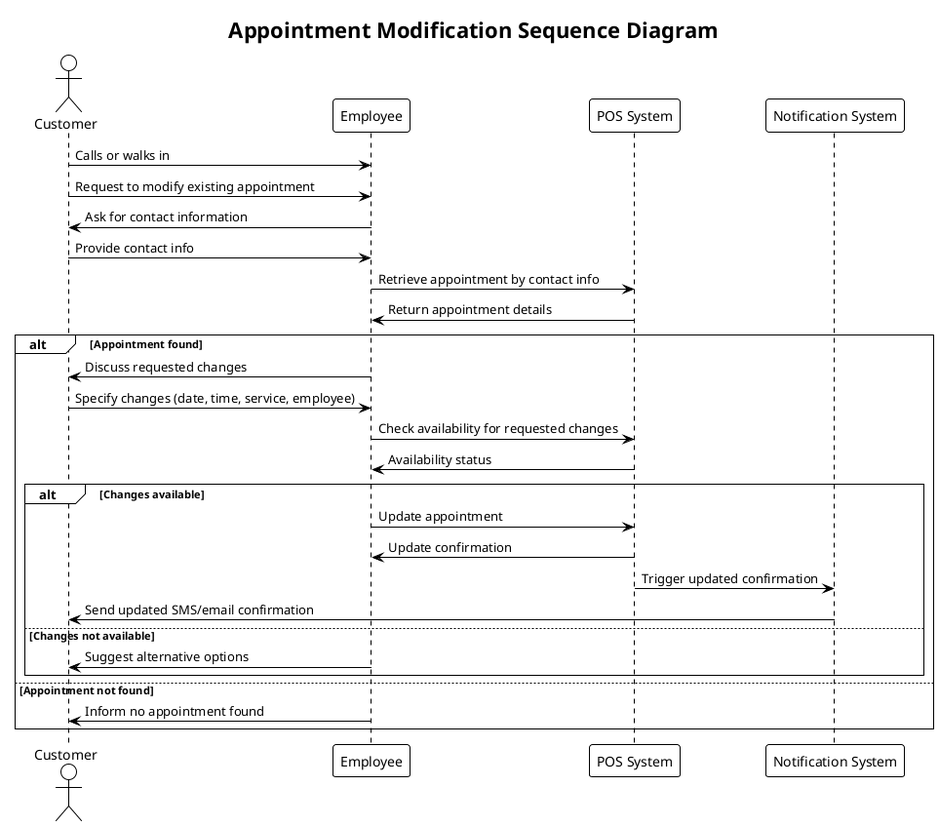
The PlantUML diagram docs/ps-design/design-document/images/diagrams/services/appointment_modification_sequence.png in user5427/ps-design, before a commit.
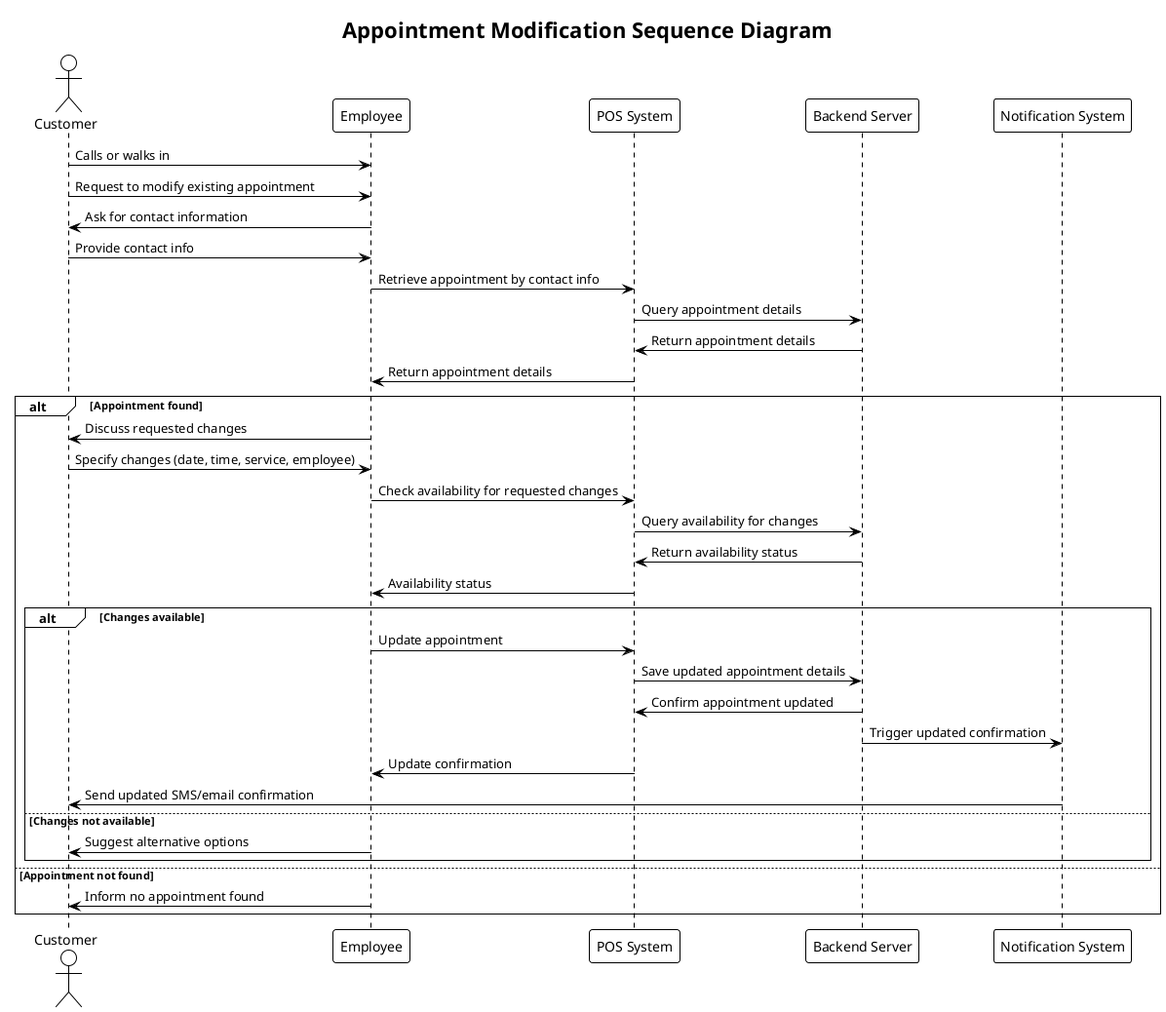
Later version of the same file.

What changed in the source:
```diff
@@ -5,6 +5,7 @@
 actor Customer
 participant Employee
 participant "POS System" as POS
+participant "Backend Server" as Backend
 participant "Notification System" as Notification
 
 Customer -> Employee: Calls or walks in
@@ -12,18 +13,24 @@
 Employee -> Customer: Ask for contact information
 Customer -> Employee: Provide contact info
 Employee -> POS: Retrieve appointment by contact info
+POS -> Backend: Query appointment details
+Backend -> POS: Return appointment details
 POS -> Employee: Return appointment details
 
 alt Appointment found
   Employee -> Customer: Discuss requested changes
   Customer -> Employee: Specify changes (date, time, service, employee)
   Employee -> POS: Check availability for requested changes
+  POS -> Backend: Query availability for changes
+  Backend -> POS: Return availability status
   POS -> Employee: Availability status
 
   alt Changes available
     Employee -> POS: Update appointment
+    POS -> Backend: Save updated appointment details
+    Backend -> POS: Confirm appointment updated
+    Backend -> Notification: Trigger updated confirmation
     POS -> Employee: Update confirmation
-    POS -> Notification: Trigger updated confirmation
     Notification -> Customer: Send updated SMS/email confirmation
   else Changes not available
     Employee -> Customer: Suggest alternative options
```
